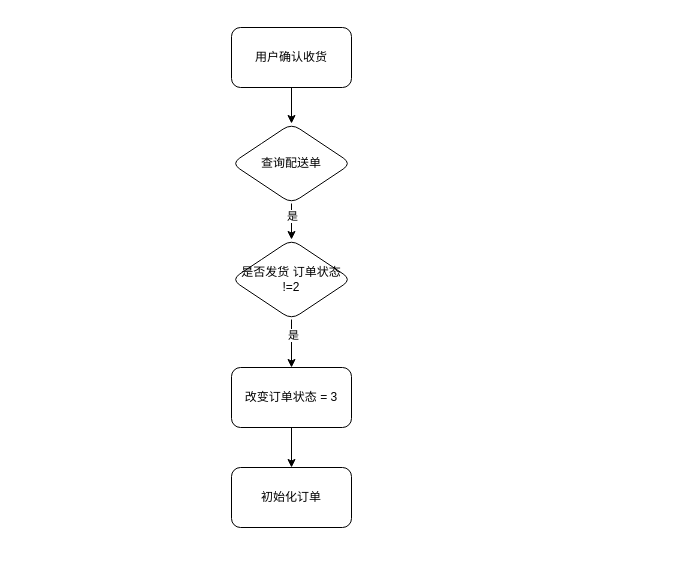
Above: Untitled Diagram.drawio in bairuixiang/bai (draw.io), before the change. Source tidied: cells renumbered, new cells numbered last; positions are measured from the earlier drawing's top-left corner, leaving out a move shared by most shapes. Both pictures are drawn from the tidied source at 100%, with x=0, y=0 at pixel (231, 27).
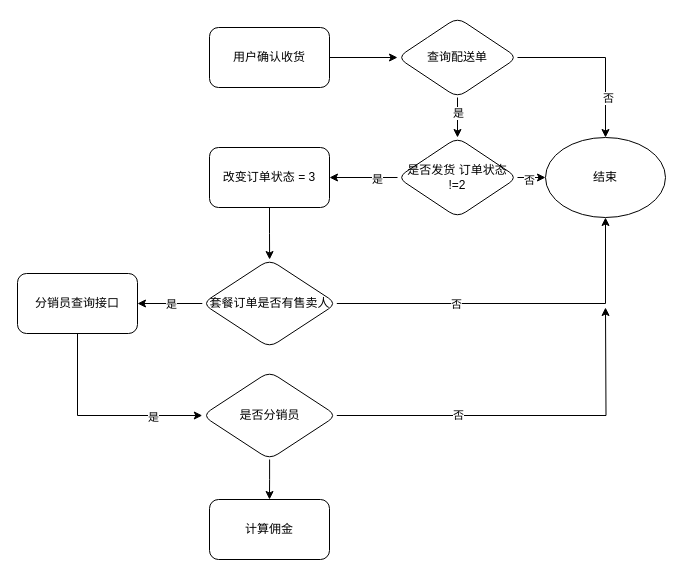
The same diagram, later.

Change to the diagram source:
```diff
@@
     <mxCell id="3" value="用户确认收货" style="rounded=1;whiteSpace=wrap;html=1;" parent="1" vertex="1">
-      <mxGeometry width="120" height="60" as="geometry" />
+      <mxGeometry x="-22" width="120" height="60" as="geometry" />
     </mxCell>
-    <mxCell id="4" style="edgeStyle=orthogonalEdgeStyle;rounded=0;jettySize=auto;html=1;" parent="1" edge="1" source="6" target="9">
+    <mxCell id="4" style="edgeStyle=orthogonalEdgeStyle;rounded=0;jettySize=auto;html=1;exitX=0.5;exitY=1;exitDx=0;exitDy=0;entryX=0.5;entryY=0;entryDx=0;entryDy=0;" parent="1" edge="1" source="6" target="9">
       <mxGeometry relative="1" as="geometry" />
     </mxCell>
-    <mxCell id="5" value="是" style="edgeLabel;html=1;align=center;verticalAlign=middle;" parent="4" vertex="1">
-      <mxGeometry x="-0.45" relative="1" as="geometry" />
-    </mxCell>
+    <mxCell id="13" value="是" style="edgeLabel;html=1;align=center;verticalAlign=middle;" parent="4" vertex="1">
+      <mxGeometry x="-0.26" relative="1" as="geometry" />
+    </mxCell>
+    <mxCell id="14" style="edgeStyle=orthogonalEdgeStyle;rounded=0;jettySize=auto;html=1;exitX=1;exitY=0.5;exitDx=0;exitDy=0;entryX=0.5;entryY=0;entryDx=0;entryDy=0;" parent="1" edge="1" source="6" target="24">
+      <mxGeometry relative="1" as="geometry" />
+    </mxCell>
+    <mxCell id="15" value="否" style="edgeLabel;html=1;align=center;verticalAlign=middle;" parent="14" vertex="1">
+      <mxGeometry x="0.52" y="2" relative="1" as="geometry" />
+    </mxCell>
     <mxCell id="6" value="查询配送单" style="rhombus;whiteSpace=wrap;html=1;rounded=1;" parent="1" vertex="1">
-      <mxGeometry y="96" width="120" height="80" as="geometry" />
+      <mxGeometry x="166" y="-10" width="120" height="80" as="geometry" />
     </mxCell>
@@
+    <mxCell id="16" style="edgeStyle=orthogonalEdgeStyle;rounded=0;jettySize=auto;html=1;exitX=1;exitY=0.5;exitDx=0;exitDy=0;entryX=0;entryY=0.5;entryDx=0;entryDy=0;" parent="1" edge="1" source="9" target="24">
+      <mxGeometry relative="1" as="geometry" />
+    </mxCell>
+    <mxCell id="17" value="否" style="edgeLabel;html=1;align=center;verticalAlign=middle;" parent="16" vertex="1">
+      <mxGeometry x="-0.24" y="-2" relative="1" as="geometry" />
+    </mxCell>
     <mxCell id="9" value="是否发货 订单状态&lt;br&gt;!=2" style="rhombus;whiteSpace=wrap;html=1;rounded=1;" parent="1" vertex="1">
-      <mxGeometry y="212" width="120" height="80" as="geometry" />
+      <mxGeometry x="166" y="110" width="120" height="80" as="geometry" />
     </mxCell>
-    <mxCell id="10" style="edgeStyle=orthogonalEdgeStyle;rounded=0;jettySize=auto;html=1;" parent="1" edge="1" source="11" target="12">
-      <mxGeometry relative="1" as="geometry" />
-    </mxCell>
+    <mxCell id="18" style="edgeStyle=orthogonalEdgeStyle;rounded=0;jettySize=auto;html=1;" parent="1" edge="1" source="11" target="23">
+      <mxGeometry relative="1" as="geometry" />
+    </mxCell>
     <mxCell id="11" value="改变订单状态 = 3" style="whiteSpace=wrap;html=1;rounded=1;" parent="1" vertex="1">
-      <mxGeometry y="340" width="120" height="60" as="geometry" />
+      <mxGeometry x="-22" y="120" width="120" height="60" as="geometry" />
     </mxCell>
-    <mxCell id="12" value="初始化订单" style="whiteSpace=wrap;html=1;rounded=1;" parent="1" vertex="1">
-      <mxGeometry y="440" width="120" height="60" as="geometry" />
-    </mxCell>
+    <mxCell id="19" style="edgeStyle=orthogonalEdgeStyle;rounded=0;jettySize=auto;html=1;exitX=1;exitY=0.5;exitDx=0;exitDy=0;entryX=0.5;entryY=1;entryDx=0;entryDy=0;" parent="1" edge="1" source="23" target="24">
+      <mxGeometry relative="1" as="geometry" />
+    </mxCell>
+    <mxCell id="20" value="否" style="edgeLabel;html=1;align=center;verticalAlign=middle;" parent="19" vertex="1">
+      <mxGeometry x="-0.33" relative="1" as="geometry" />
+    </mxCell>
+    <mxCell id="21" style="edgeStyle=orthogonalEdgeStyle;rounded=0;jettySize=auto;html=1;" parent="1" edge="1" source="23" target="27">
+      <mxGeometry relative="1" as="geometry" />
+    </mxCell>
+    <mxCell id="22" value="是" style="edgeLabel;html=1;align=center;verticalAlign=middle;" parent="21" vertex="1">
+      <mxGeometry x="-0.05" relative="1" as="geometry" />
+    </mxCell>
+    <mxCell id="23" value="套餐订单是否有售卖人" style="rhombus;whiteSpace=wrap;html=1;rounded=1;" parent="1" vertex="1">
+      <mxGeometry x="-29.2" y="232" width="134.5" height="88" as="geometry" />
+    </mxCell>
+    <mxCell id="24" value="结束" style="ellipse;whiteSpace=wrap;html=1;" parent="1" vertex="1">
+      <mxGeometry x="314" y="110" width="120" height="80" as="geometry" />
+    </mxCell>
+    <mxCell id="25" style="edgeStyle=orthogonalEdgeStyle;rounded=0;jettySize=auto;html=1;exitX=0.5;exitY=1;exitDx=0;exitDy=0;entryX=0;entryY=0.5;entryDx=0;entryDy=0;" parent="1" edge="1" source="27" target="31">
+      <mxGeometry relative="1" as="geometry" />
+    </mxCell>
+    <mxCell id="26" value="是" style="edgeLabel;html=1;align=center;verticalAlign=middle;" parent="25" vertex="1">
+      <mxGeometry x="0.52" y="-1" relative="1" as="geometry" />
+    </mxCell>
+    <mxCell id="27" value="分销员查询接口" style="whiteSpace=wrap;html=1;rounded=1;" parent="1" vertex="1">
+      <mxGeometry x="-214" y="246" width="120" height="60" as="geometry" />
+    </mxCell>
+    <mxCell id="28" style="edgeStyle=orthogonalEdgeStyle;rounded=0;jettySize=auto;html=1;exitX=1;exitY=0.5;exitDx=0;exitDy=0;" parent="1" edge="1" source="31">
+      <mxGeometry relative="1" as="geometry">
+        <mxPoint x="374" y="280" as="targetPoint" />
+      </mxGeometry>
+    </mxCell>
+    <mxCell id="29" value="否" style="edgeLabel;html=1;align=center;verticalAlign=middle;" parent="28" vertex="1">
+      <mxGeometry x="-0.36" y="1" relative="1" as="geometry" />
+    </mxCell>
+    <mxCell id="30" style="edgeStyle=orthogonalEdgeStyle;rounded=0;jettySize=auto;html=1;" parent="1" edge="1" source="31" target="32">
+      <mxGeometry relative="1" as="geometry" />
+    </mxCell>
+    <mxCell id="31" value="是否分销员" style="rhombus;whiteSpace=wrap;html=1;rounded=1;" parent="1" vertex="1">
+      <mxGeometry x="-29.2" y="344" width="134.5" height="88" as="geometry" />
+    </mxCell>
+    <mxCell id="32" value="计算佣金" style="whiteSpace=wrap;html=1;rounded=1;" parent="1" vertex="1">
+      <mxGeometry x="-22" y="472" width="120" height="60" as="geometry" />
+    </mxCell>
```
